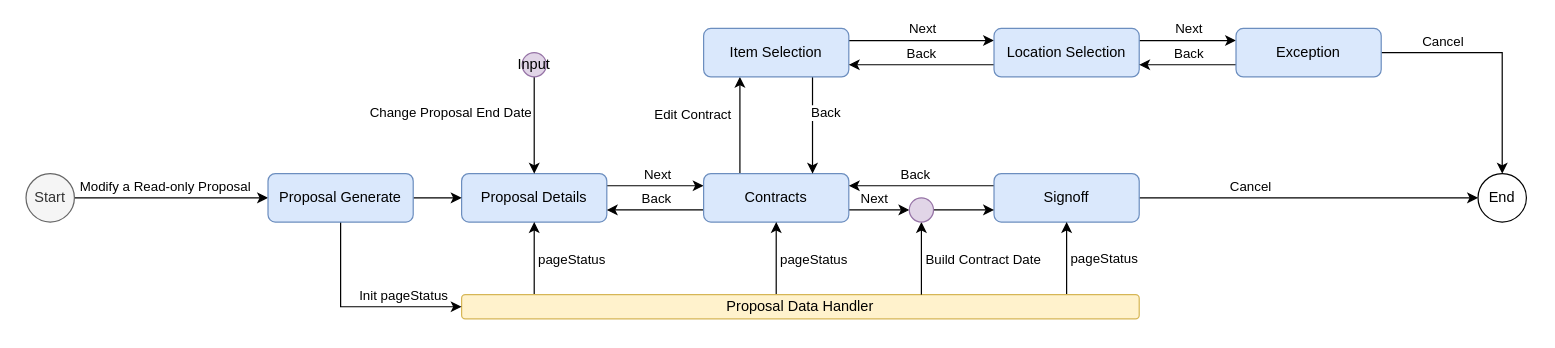
Before: Readonly Proposal UI Flow Diagram.drawio in dajin-kingland/UMLdiagrams, a draw.io diagram. Source tidied: cells renumbered, new cells numbered last; positions are measured from the earlier drawing's top-left corner, leaving out a move shared by most shapes. Both pictures are drawn from the tidied source at 121%, with x=0, y=0 at pixel (25, 28).
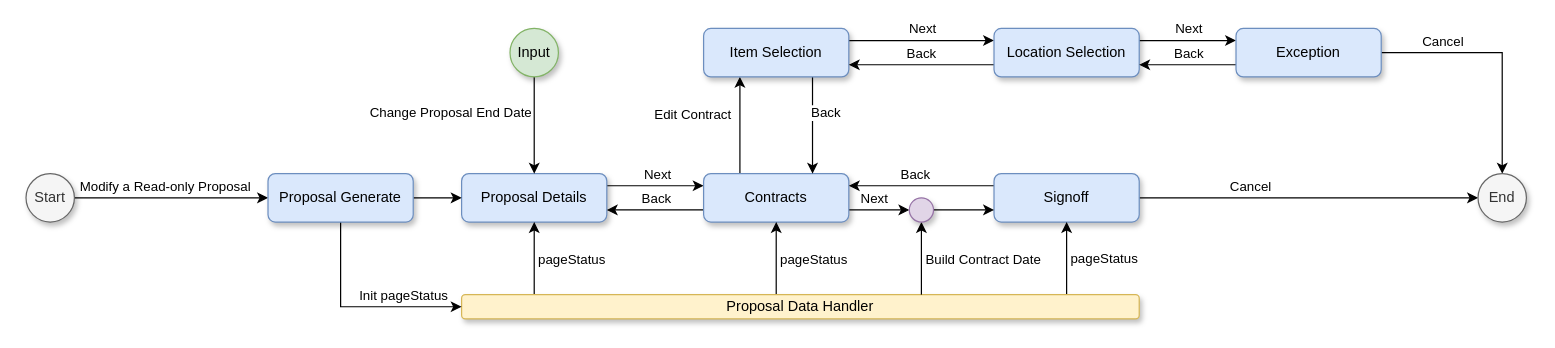
After the change.

The edit, as a diff of the source:
```diff
@@
-    <mxCell id="4" value="Proposal Details" style="rounded=1;whiteSpace=wrap;html=1;fillColor=#dae8fc;strokeColor=#6c8ebf;" parent="1" vertex="1">
+    <mxCell id="4" value="Proposal Details" style="rounded=1;whiteSpace=wrap;html=1;fillColor=#dae8fc;strokeColor=#6c8ebf;shadow=1;" parent="1" vertex="1">
       <mxGeometry x="360" y="120" width="120" height="40" as="geometry" />
     </mxCell>
@@
-    <mxCell id="11" value="Contracts" style="rounded=1;whiteSpace=wrap;html=1;fillColor=#dae8fc;strokeColor=#6c8ebf;" parent="1" vertex="1">
+    <mxCell id="11" value="Contracts" style="rounded=1;whiteSpace=wrap;html=1;fillColor=#dae8fc;strokeColor=#6c8ebf;shadow=1;" parent="1" vertex="1">
       <mxGeometry x="560" y="120" width="120" height="40" as="geometry" />
     </mxCell>
@@
-    <mxCell id="16" value="Signoff" style="rounded=1;whiteSpace=wrap;html=1;fillColor=#dae8fc;strokeColor=#6c8ebf;" parent="1" vertex="1">
+    <mxCell id="16" value="Signoff" style="rounded=1;whiteSpace=wrap;html=1;fillColor=#dae8fc;strokeColor=#6c8ebf;shadow=1;" parent="1" vertex="1">
       <mxGeometry x="800" y="120" width="120" height="40" as="geometry" />
     </mxCell>
@@
-    <mxCell id="19" value="Start" style="ellipse;whiteSpace=wrap;html=1;fillColor=#f5f5f5;strokeColor=#666666;fontColor=#333333;" parent="1" vertex="1">
+    <mxCell id="19" value="Start" style="ellipse;whiteSpace=wrap;html=1;fillColor=#f5f5f5;strokeColor=#666666;fontColor=#333333;shadow=1;" parent="1" vertex="1">
       <mxGeometry y="120" width="40" height="40" as="geometry" />
     </mxCell>
@@
-    <mxCell id="24" value="Item Selection" style="rounded=1;whiteSpace=wrap;html=1;fillColor=#dae8fc;strokeColor=#6c8ebf;" parent="1" vertex="1">
+    <mxCell id="24" value="Item Selection" style="rounded=1;whiteSpace=wrap;html=1;fillColor=#dae8fc;strokeColor=#6c8ebf;shadow=1;" parent="1" vertex="1">
       <mxGeometry x="560" width="120" height="40" as="geometry" />
     </mxCell>
@@
-    <mxCell id="29" value="Location Selection" style="rounded=1;whiteSpace=wrap;html=1;fillColor=#dae8fc;strokeColor=#6c8ebf;" parent="1" vertex="1">
+    <mxCell id="29" value="Location Selection" style="rounded=1;whiteSpace=wrap;html=1;fillColor=#dae8fc;strokeColor=#6c8ebf;shadow=1;" parent="1" vertex="1">
       <mxGeometry x="800" width="120" height="40" as="geometry" />
     </mxCell>
@@
-    <mxCell id="34" value="Exception" style="rounded=1;whiteSpace=wrap;html=1;fillColor=#dae8fc;strokeColor=#6c8ebf;" parent="1" vertex="1">
+    <mxCell id="34" value="Exception" style="rounded=1;whiteSpace=wrap;html=1;fillColor=#dae8fc;strokeColor=#6c8ebf;shadow=1;" parent="1" vertex="1">
       <mxGeometry x="1000" width="120" height="40" as="geometry" />
     </mxCell>
-    <mxCell id="35" value="End" style="ellipse;whiteSpace=wrap;html=1;" parent="1" vertex="1">
+    <mxCell id="35" value="End" style="ellipse;whiteSpace=wrap;html=1;fillColor=#f5f5f5;strokeColor=#666666;fontColor=#333333;shadow=1;sketch=0;" parent="1" vertex="1">
       <mxGeometry x="1200" y="120" width="40" height="40" as="geometry" />
     </mxCell>
@@
-    <mxCell id="42" value="Proposal Data Handler" style="rounded=1;whiteSpace=wrap;html=1;fillColor=#fff2cc;strokeColor=#d6b656;" parent="1" vertex="1">
+    <mxCell id="42" value="Proposal Data Handler" style="rounded=1;whiteSpace=wrap;html=1;fillColor=#fff2cc;strokeColor=#d6b656;shadow=1;" parent="1" vertex="1">
       <mxGeometry x="360" y="220" width="560" height="20" as="geometry" />
     </mxCell>
@@
-    <mxCell id="46" value="Proposal Generate" style="rounded=1;whiteSpace=wrap;html=1;fillColor=#dae8fc;strokeColor=#6c8ebf;" parent="1" vertex="1">
+    <mxCell id="46" value="Proposal Generate" style="rounded=1;whiteSpace=wrap;html=1;fillColor=#dae8fc;strokeColor=#6c8ebf;shadow=1;" parent="1" vertex="1">
       <mxGeometry x="200" y="120" width="120" height="40" as="geometry" />
     </mxCell>
@@
-    <mxCell id="50" style="ellipse;whiteSpace=wrap;html=1;fillColor=#e1d5e7;strokeColor=#9673a6;" parent="1" vertex="1">
+    <mxCell id="50" style="ellipse;whiteSpace=wrap;html=1;fillColor=#e1d5e7;strokeColor=#9673a6;shadow=1;" parent="1" vertex="1">
       <mxGeometry x="730" y="140" width="20" height="20" as="geometry" />
     </mxCell>
@@
-    <mxCell id="53" value="Input" style="ellipse;whiteSpace=wrap;html=1;fillColor=#e1d5e7;strokeColor=#9673a6;" parent="1" vertex="1">
-      <mxGeometry x="410" y="20" width="20" height="20" as="geometry" />
+    <mxCell id="53" value="Input" style="ellipse;whiteSpace=wrap;html=1;fillColor=#d5e8d4;strokeColor=#82b366;shadow=1;" parent="1" vertex="1">
+      <mxGeometry x="400" width="40" height="40" as="geometry" />
     </mxCell>
```
